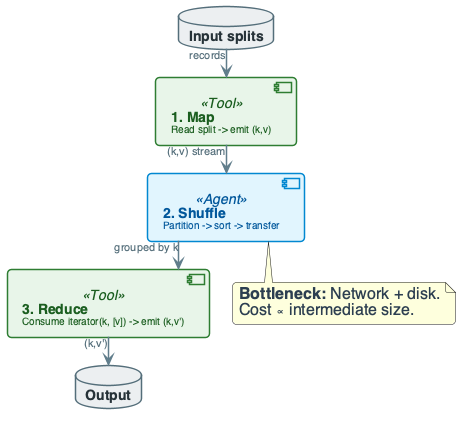
OrPerets/data-engineering-course keeps this PlantUML diagram as diagrams/week7/week7_lecture_slide24_execution_flow.png. Above is the earlier version. Its diagram source:
```plantuml
@startuml

top to bottom direction
skinparam linetype ortho
skinparam shadowing false
skinparam roundcorner 8
skinparam handwritten false
skinparam nodesep 24
skinparam ranksep 28

skinparam defaultFontName "Segoe UI, Helvetica, sans-serif"
skinparam defaultFontSize 16
skinparam defaultFontColor #2C3E50

skinparam rectangle {
    BackgroundColor #F8F9FA
    BorderColor #90A4AE
    BorderThickness 2
    FontColor #263238
    FontSize 14
    FontStyle bold
    Padding 20
}

skinparam component {
    BackgroundColor #FFFFFF
    BorderColor #78909C
    BorderThickness 1.5
    FontSize 14
    Padding 12
}

skinparam database {
    BackgroundColor #ECEFF1
    BorderColor #546E7A
    BorderThickness 1.5
    FontSize 14
    FontColor #263238
}

skinparam arrow {
    Color #607D8B
    Thickness 1.5
    FontSize 11
    FontColor #546E7A
}

skinparam component<<UI>> {
    BorderColor #8E24AA
    BackgroundColor #F3E5F5
    FontColor #4A148C
}

skinparam component<<Agent>> {
    BorderColor #0288D1
    BackgroundColor #E1F5FE
    FontColor #01579B
}

skinparam component<<Tool>> {
    BorderColor #2E7D32
    BackgroundColor #E8F5E9
    FontColor #1B5E20
}

skinparam component<<Config>> {
    BorderColor #F57C00
    BackgroundColor #FFF3E0
    FontColor #E65100
}

skinparam component<<Bad>> {
    BorderColor #C62828
    BackgroundColor #FFEBEE
    FontColor #B71C1C
}

skinparam component<<V1>> {
    BorderColor #F57C00
    BackgroundColor #FFF3E0
    FontColor #E65100
}

skinparam component<<V2>> {
    BorderColor #2E7D32
    BackgroundColor #E8F5E9
    FontColor #1B5E20
}

skinparam component<<up>> {
    BackgroundColor #E8F5E9
    BorderColor #2E7D32
}

skinparam component<<down>> {
    BackgroundColor #FFEBEE
    BorderColor #C62828
}

skinparam database<<up>> {
    BackgroundColor #E8F5E9
    BorderColor #2E7D32
}

skinparam database<<down>> {
    BackgroundColor #FFEBEE
    BorderColor #C62828
}

skinparam component<<success>> {
    BackgroundColor #E8F5E9
    BorderColor #2E7D32
}

skinparam component<<failure>> {
    BackgroundColor #FFEBEE
    BorderColor #C62828
}


component "**1. Map**\n<size:10>Read split -> emit (k,v)</size>" as M <<Tool>>
component "**2. Shuffle**\n<size:10>Partition -> sort -> transfer</size>" as S <<Agent>>
component "**3. Reduce**\n<size:10>Consume iterator(k, [v]) -> emit (k,v')</size>" as R <<Tool>>

database "**Input splits**" as IN
database "**Output**" as OUT

IN --> M : "records"
M --> S : "(k,v) stream"
S --> R : "grouped by k"
R --> OUT : "(k,v')"

note bottom of S
  **Bottleneck:** Network + disk.
  Cost ∝ intermediate size.
end note

@enduml
```
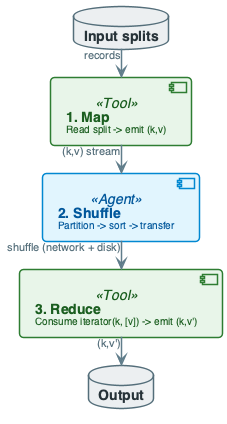
The same file after the commit.

The edit, as a diff of the source:
```diff
@@ -127,12 +127,7 @@
 
 IN --> M : "records"
 M --> S : "(k,v) stream"
-S --> R : "grouped by k"
+S --> R : "shuffle (network + disk)"
 R --> OUT : "(k,v')"
 
-note bottom of S
-  **Bottleneck:** Network + disk.
-  Cost ∝ intermediate size.
-end note
-
 @enduml
```
